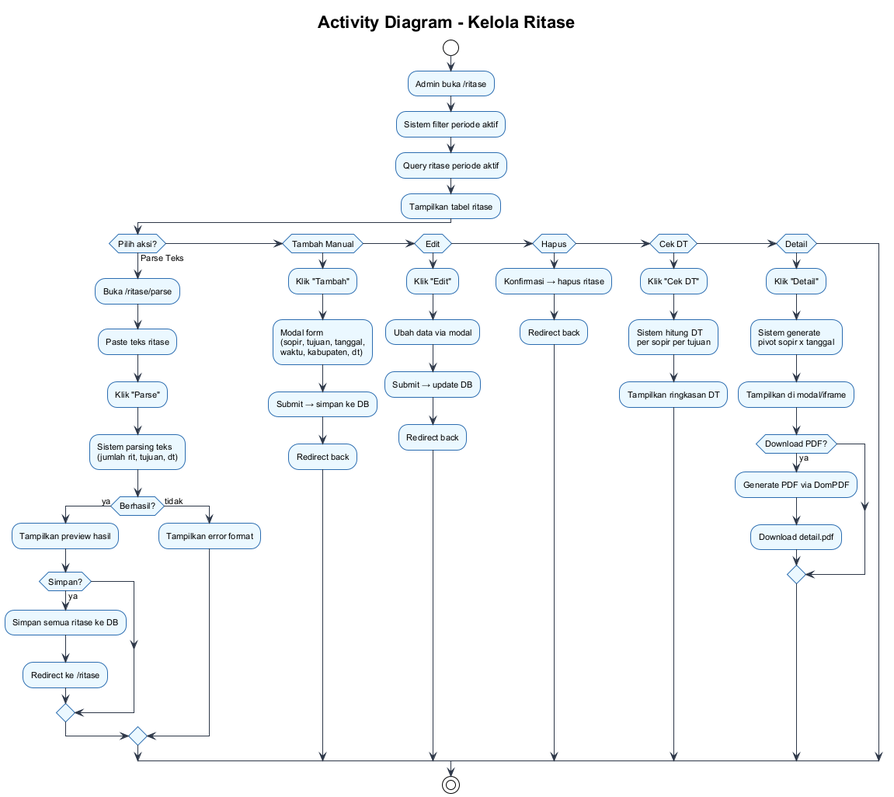
riandafatur28/sidigas-gaji-sopir-truck keeps this PlantUML diagram as docs/activity-diagram-ritase.png. Above is the earlier version. Source of this version:
```plantuml
@startuml
!theme plain
skinparam backgroundColor #ffffff
skinparam defaultFontSize 11
skinparam defaultFontName Arial
skinparam activityBorderColor #2b6cb0
skinparam activityBackgroundColor #ebf8ff
skinparam arrowColor #2d3748

title **Activity Diagram - Kelola Ritase**

start
:Admin buka /ritase;
:Sistem filter periode aktif;
:Query ritase periode aktif;
:Tampilkan tabel ritase;

if (Pilih aksi?) then (Parse Teks)
  :Buka /ritase/parse;
  :Paste teks ritase;
  :Klik "Parse";
  :Sistem parsing teks\n(jumlah rit, tujuan, dt);
  if (Berhasil?) then (ya)
    :Tampilkan preview hasil;
    if (Simpan?) then (ya)
      :Simpan semua ritase ke DB;
      :Redirect ke /ritase;
    endif
  else (tidak)
    :Tampilkan error format;
  endif

elseif (Tambah Manual) then
  :Klik "Tambah";
  :Modal form\n(sopir, tujuan, tanggal,\nwaktu, kabupaten, dt);
  :Submit → simpan ke DB;
  :Redirect back;

elseif (Edit) then
  :Klik "Edit";
  :Ubah data via modal;
  :Submit → update DB;
  :Redirect back;

elseif (Hapus) then
  :Konfirmasi → hapus ritase;
  :Redirect back;

elseif (Cek DT) then
  :Klik "Cek DT";
  :Sistem hitung DT\nper sopir per tujuan;
  :Tampilkan ringkasan DT;

elseif (Detail) then
  :Klik "Detail";
  :Sistem generate\npivot sopir x tanggal;
  :Tampilkan di modal/iframe;

  if (Download PDF?) then (ya)
    :Generate PDF via DomPDF;
    :Download detail.pdf;
  endif

endif
stop

@enduml
```
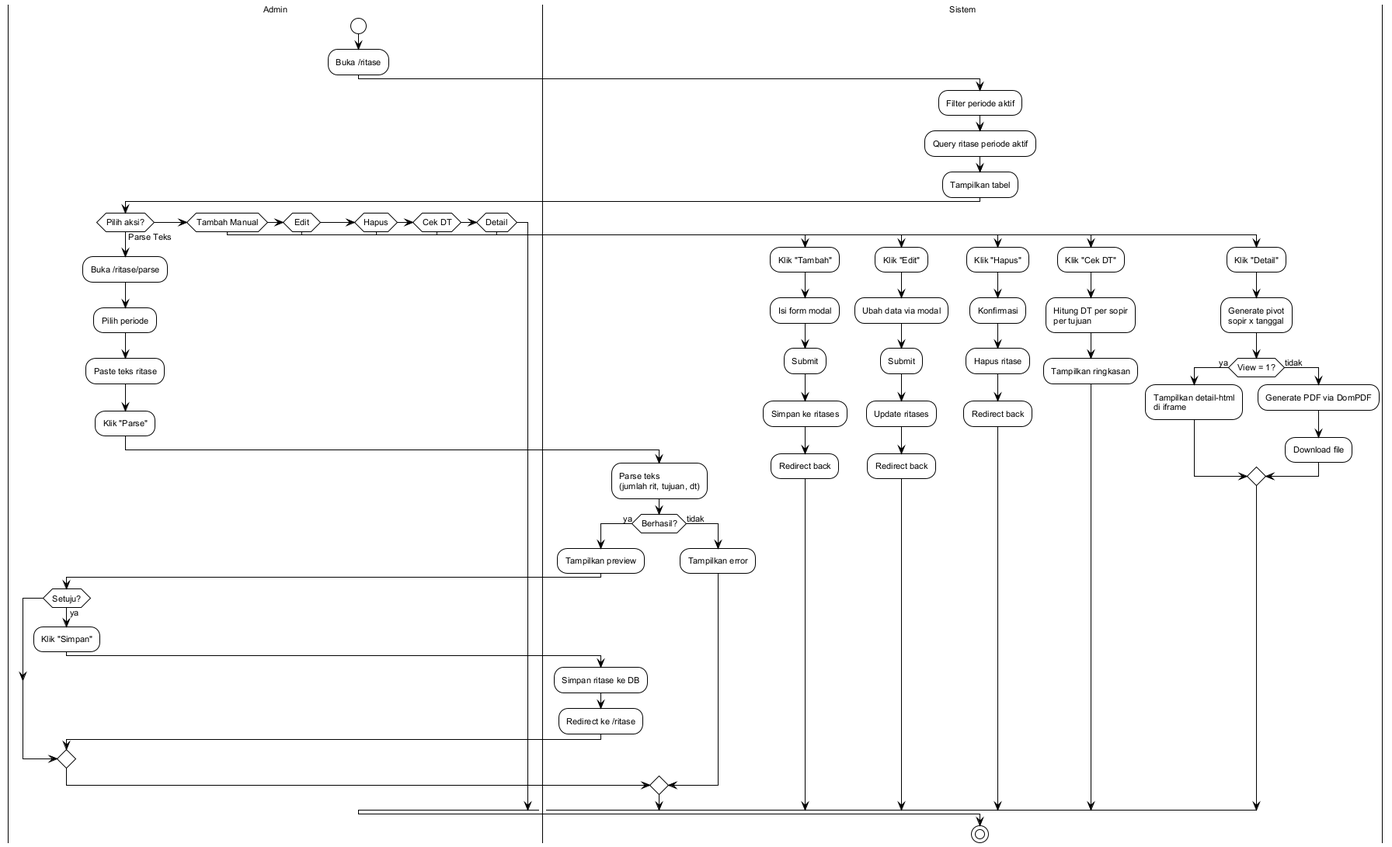
After the commit.

The edit, as a diff of the source:
```diff
@@ -3,64 +3,75 @@
 skinparam backgroundColor #ffffff
 skinparam defaultFontSize 11
 skinparam defaultFontName Arial
-skinparam activityBorderColor #2b6cb0
-skinparam activityBackgroundColor #ebf8ff
-skinparam arrowColor #2d3748
 
-title **Activity Diagram - Kelola Ritase**
+|Admin|
+start
+:Buka /ritase;
+|Sistem|
+:Filter periode aktif;
+:Query ritase periode aktif;
+:Tampilkan tabel;
 
-start
-:Admin buka /ritase;
-:Sistem filter periode aktif;
-:Query ritase periode aktif;
-:Tampilkan tabel ritase;
-
+|Admin|
 if (Pilih aksi?) then (Parse Teks)
   :Buka /ritase/parse;
+  :Pilih periode;
   :Paste teks ritase;
   :Klik "Parse";
-  :Sistem parsing teks\n(jumlah rit, tujuan, dt);
+  |Sistem|
+  :Parse teks\n(jumlah rit, tujuan, dt);
   if (Berhasil?) then (ya)
-    :Tampilkan preview hasil;
-    if (Simpan?) then (ya)
-      :Simpan semua ritase ke DB;
+    :Tampilkan preview;
+    |Admin|
+    if (Setuju?) then (ya)
+      :Klik "Simpan";
+      |Sistem|
+      :Simpan ritase ke DB;
       :Redirect ke /ritase;
     endif
   else (tidak)
-    :Tampilkan error format;
+    :Tampilkan error;
   endif
 
 elseif (Tambah Manual) then
   :Klik "Tambah";
-  :Modal form\n(sopir, tujuan, tanggal,\nwaktu, kabupaten, dt);
-  :Submit → simpan ke DB;
+  :Isi form modal;
+  :Submit;
+  |Sistem|
+  :Simpan ke ritases;
   :Redirect back;
 
 elseif (Edit) then
   :Klik "Edit";
   :Ubah data via modal;
-  :Submit → update DB;
+  :Submit;
+  |Sistem|
+  :Update ritases;
   :Redirect back;
 
 elseif (Hapus) then
-  :Konfirmasi → hapus ritase;
+  :Klik "Hapus";
+  :Konfirmasi;
+  |Sistem|
+  :Hapus ritase;
   :Redirect back;
 
 elseif (Cek DT) then
   :Klik "Cek DT";
-  :Sistem hitung DT\nper sopir per tujuan;
-  :Tampilkan ringkasan DT;
+  |Sistem|
+  :Hitung DT per sopir\nper tujuan;
+  :Tampilkan ringkasan;
 
 elseif (Detail) then
   :Klik "Detail";
-  :Sistem generate\npivot sopir x tanggal;
-  :Tampilkan di modal/iframe;
-
-  if (Download PDF?) then (ya)
+  |Sistem|
+  :Generate pivot\nsopir x tanggal;
+  if (View = 1?) then (ya)
+    :Tampilkan detail-html\ndi iframe;
+  else (tidak)
     :Generate PDF via DomPDF;
-    :Download detail.pdf;
+    :Download file;
   endif
-
 endif
 stop
 
```
